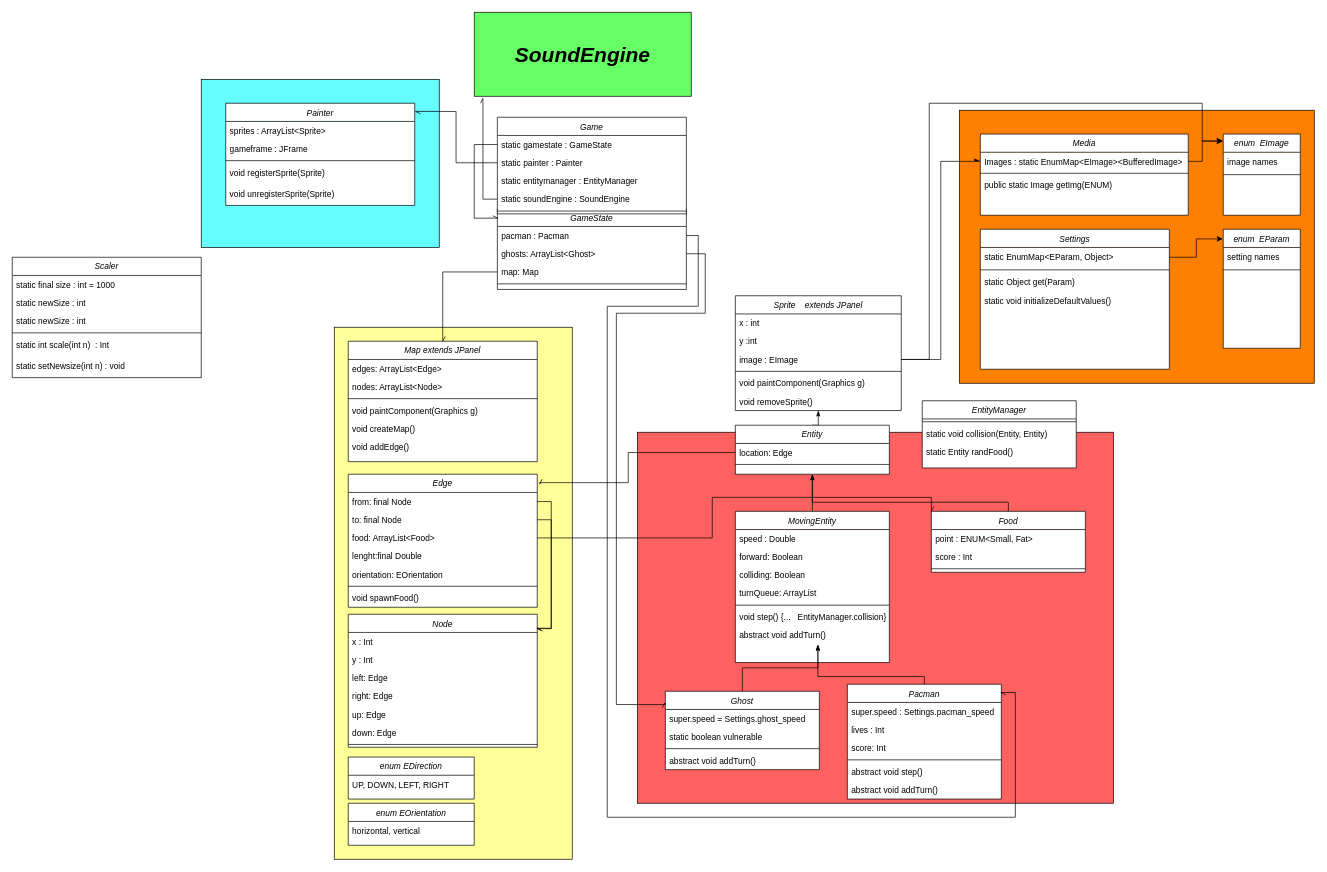
cerfedino/SwingPacman keeps this draw.io diagram as ClassDiagram.drawio. Above is the earlier version. Source tidied: cells renumbered, new cells numbered last; positions are measured from the earlier drawing's top-left corner, leaving out a move shared by most shapes. Both pictures are drawn from the tidied source at 70%, with x=0, y=0 at pixel (12, 12).
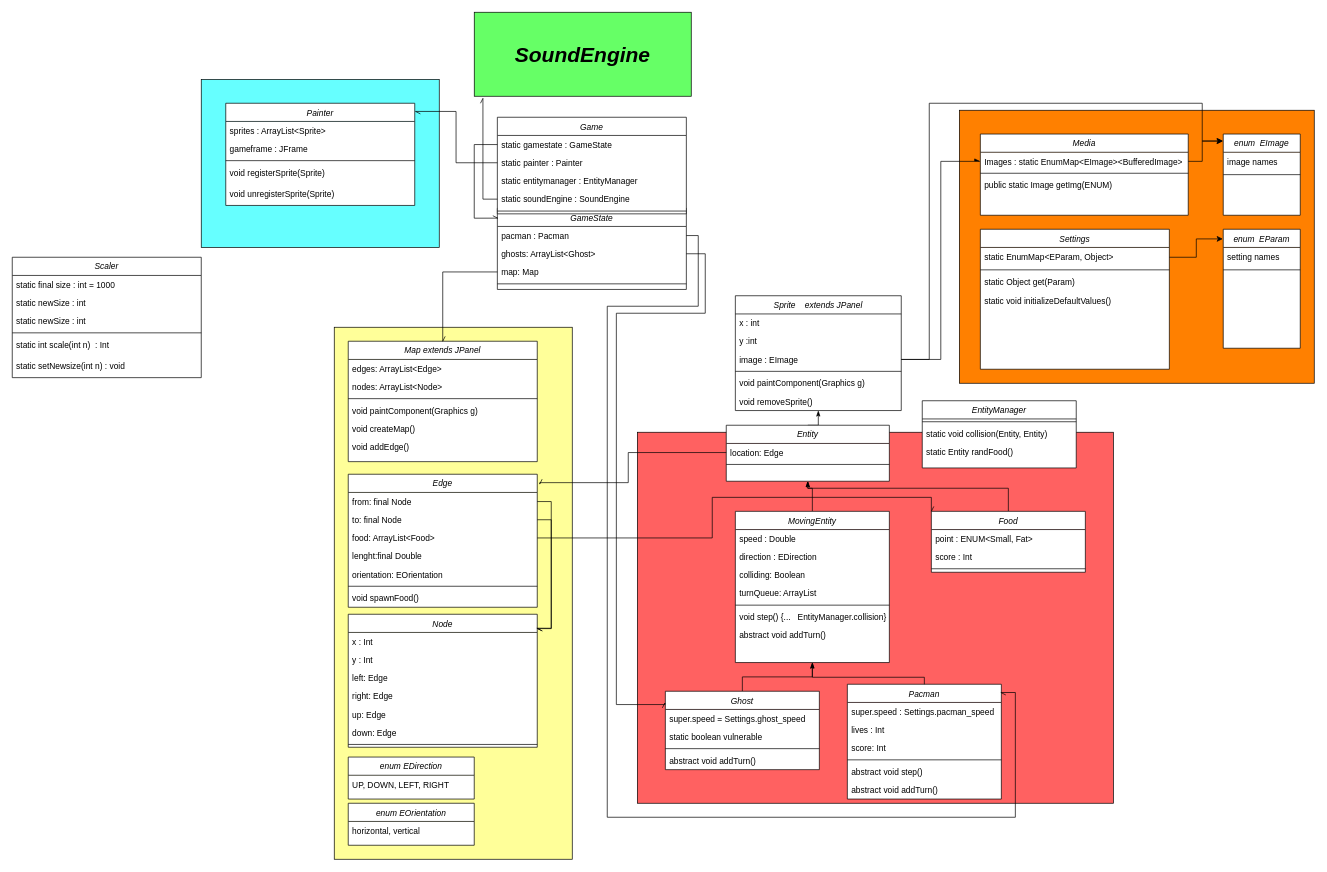
The same diagram, later.

Commit message (it also covers changes not shown here):
Fixed Sprites not being on top of the map

The change refers to these unchanged cells:
```xml
<mxCell id="18" value="MovingEntity" style="swimlane;fontStyle=2;align=center;verticalAlign=top;horizontal=1;startSize=26;rounded=0;shadow=0;strokeWidth=1;fillColor=#FFFFFF;swimlaneFillColor=#ffffff;" parent="1" vertex="1">
  <mxGeometry x="1033" y="713" width="220" height="216" as="geometry" />
</mxCell>
<mxCell id="25" value="abstract void addTurn()" style="text;align=left;verticalAlign=top;spacingLeft=4;spacingRight=4;overflow=hidden;points=[[0,0.5],[1,0.5]];portConstraint=eastwest;rounded=0;shadow=0;html=0;" parent="18" vertex="1">
  <mxGeometry y="164" width="220" height="26" as="geometry" />
</mxCell>
<mxCell id="28" value="Ghost" style="swimlane;fontStyle=2;align=center;verticalAlign=top;horizontal=1;startSize=26;rounded=0;shadow=0;strokeWidth=1;swimlaneFillColor=#ffffff;" parent="1" vertex="1">
  <mxGeometry x="933" y="970" width="220" height="112" as="geometry" />
</mxCell>
<mxCell id="33" value="Pacman" style="swimlane;fontStyle=2;align=center;verticalAlign=top;horizontal=1;startSize=26;rounded=0;shadow=0;strokeWidth=1;swimlaneFillColor=#ffffff;" parent="1" vertex="1">
  <mxGeometry x="1193" y="960" width="220" height="164" as="geometry" />
</mxCell>
<mxCell id="49" value="Food" style="swimlane;fontStyle=2;align=center;verticalAlign=top;horizontal=1;startSize=26;rounded=0;shadow=0;strokeWidth=1;swimlaneFillColor=#ffffff;" parent="1" vertex="1">
  <mxGeometry x="1313" y="713" width="220" height="87" as="geometry" />
</mxCell>
```

The edit, as a diff of the source:
```diff
@@
-    <mxCell id="17" style="edgeStyle=orthogonalEdgeStyle;rounded=0;jettySize=auto;html=1;exitX=0.5;exitY=0;exitDx=0;exitDy=0;entryX=0.5;entryY=1;entryDx=0;entryDy=0;endArrow=classicThin;endFill=1;" parent="1" edge="1" source="18" target="45">
-      <mxGeometry relative="1" as="geometry" />
+    <mxCell id="17" style="edgeStyle=orthogonalEdgeStyle;rounded=0;jettySize=auto;html=1;exitX=0.5;exitY=0;exitDx=0;exitDy=0;endArrow=classicThin;endFill=1;entryX=0.5;entryY=1;entryDx=0;entryDy=0;" parent="1" edge="1" source="18" target="45">
+      <mxGeometry relative="1" as="geometry">
+        <Array as="points">
+          <mxPoint x="1143" y="680" />
+          <mxPoint x="1137" y="680" />
+        </Array>
+      </mxGeometry>
     </mxCell>
@@
-    <mxCell id="20" value="forward: Boolean" style="text;align=left;verticalAlign=top;spacingLeft=4;spacingRight=4;overflow=hidden;" parent="18" vertex="1">
+    <mxCell id="20" value="direction : EDirection" style="text;align=left;verticalAlign=top;spacingLeft=4;spacingRight=4;overflow=hidden;" parent="18" vertex="1">
       <mxGeometry y="52" width="220" height="26" as="geometry" />
     </mxCell>
@@
-    <mxCell id="27" style="edgeStyle=orthogonalEdgeStyle;rounded=0;jettySize=auto;html=1;exitX=0.5;exitY=0;exitDx=0;exitDy=0;entryX=0.536;entryY=1.038;entryDx=0;entryDy=0;entryPerimeter=0;endArrow=classicThin;endFill=1;" parent="1" edge="1" source="28" target="25">
+    <mxCell id="27" style="edgeStyle=orthogonalEdgeStyle;rounded=0;jettySize=auto;html=1;exitX=0.5;exitY=0;exitDx=0;exitDy=0;entryX=0.5;entryY=1;entryDx=0;entryDy=0;endArrow=classicThin;endFill=1;" parent="1" edge="1" source="28" target="18">
       <mxGeometry relative="1" as="geometry" />
     </mxCell>
@@
-    <mxCell id="40" style="edgeStyle=orthogonalEdgeStyle;rounded=0;jettySize=auto;html=1;exitX=0.5;exitY=0;exitDx=0;exitDy=0;entryX=0.536;entryY=1;entryDx=0;entryDy=0;entryPerimeter=0;endArrow=classicThin;endFill=1;" parent="1" edge="1" source="33" target="25">
+    <mxCell id="40" style="edgeStyle=orthogonalEdgeStyle;rounded=0;jettySize=auto;html=1;exitX=0.5;exitY=0;exitDx=0;exitDy=0;entryX=0.5;entryY=1;entryDx=0;entryDy=0;endArrow=classicThin;endFill=1;" parent="1" edge="1" source="33" target="18">
       <mxGeometry relative="1" as="geometry">
         <Array as="points">
-          <mxPoint x="1303" y="949" />
-          <mxPoint x="1151" y="949" />
+          <mxPoint x="1303" y="950" />
+          <mxPoint x="1143" y="950" />
         </Array>
       </mxGeometry>
     </mxCell>
@@
     <mxCell id="45" value="Entity&#10;" style="swimlane;fontStyle=2;align=center;verticalAlign=top;horizontal=1;startSize=26;rounded=0;shadow=0;strokeWidth=1;swimlaneFillColor=#ffffff;" parent="1" vertex="1">
-      <mxGeometry x="1033" y="590" width="220" height="70" as="geometry" />
+      <mxGeometry x="1020" y="590" width="233" height="80" as="geometry" />
     </mxCell>
     <mxCell id="46" value="location: Edge" style="text;align=left;verticalAlign=top;spacingLeft=4;spacingRight=4;overflow=hidden;points=[[0,0.5],[1,0.5]];portConstraint=eastwest;rounded=0;shadow=0;html=0;" parent="45" vertex="1">
-      <mxGeometry y="26" width="220" height="26" as="geometry" />
+      <mxGeometry y="26" width="233" height="26" as="geometry" />
     </mxCell>
     <mxCell id="47" style="line;html=1;strokeWidth=1;align=left;verticalAlign=middle;spacingTop=-1;spacingLeft=3;spacingRight=3;labelPosition=right;" parent="45" vertex="1">
-      <mxGeometry y="52" width="220" height="8" as="geometry" />
+      <mxGeometry y="52" width="233" height="8" as="geometry" />
     </mxCell>
-    <mxCell id="48" style="edgeStyle=orthogonalEdgeStyle;rounded=0;jettySize=auto;html=1;exitX=0.5;exitY=0;exitDx=0;exitDy=0;entryX=0.5;entryY=1;entryDx=0;entryDy=0;endArrow=classicThin;endFill=1;" parent="1" edge="1" source="49" target="45">
+    <mxCell id="48" style="edgeStyle=orthogonalEdgeStyle;rounded=0;jettySize=auto;html=1;exitX=0.5;exitY=0;exitDx=0;exitDy=0;endArrow=classicThin;endFill=1;entryX=0.5;entryY=1;entryDx=0;entryDy=0;" parent="1" edge="1" source="49" target="45">
       <mxGeometry relative="1" as="geometry">
         <Array as="points">
-          <mxPoint x="1423" y="700" />
-          <mxPoint x="1143" y="700" />
+          <mxPoint x="1423" y="680" />
+          <mxPoint x="1137" y="680" />
         </Array>
       </mxGeometry>
     </mxCell>
```
